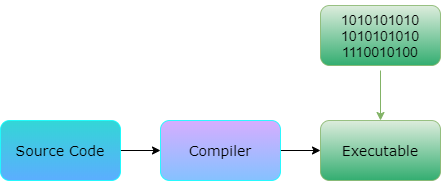
The draw.io diagram ebooks/assets/Compiler.png in gungunfebrianza/Belajar-Dengan-Jenius-Golang, before a commit. Source tidied: cells renumbered, new cells last; positions are measured from the earlier drawing's top-left corner, leaving out a move shared by most shapes.
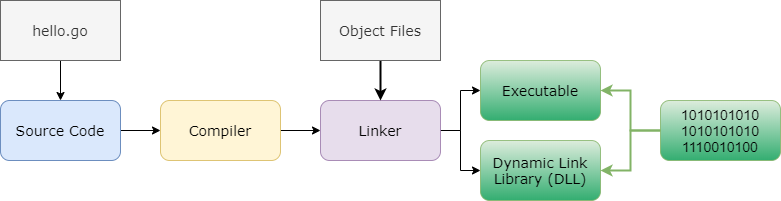
The same file after the commit.

Commit message:
Add Asset Compiler

Change to the diagram source:
```diff
@@ -5,20 +5,20 @@
     <mxCell id="2" style="edgeStyle=orthogonalEdgeStyle;rounded=0;jettySize=auto;html=1;" parent="1" edge="1" source="3" target="5">
       <mxGeometry relative="1" as="geometry" />
     </mxCell>
-    <mxCell id="3" value="&lt;font style=&quot;font-size: 14px&quot; face=&quot;Verdana&quot;&gt;Source Code&lt;/font&gt;" style="rounded=1;whiteSpace=wrap;html=1;gradientColor=#3399FF;fillColor=#00CCCC;strokeColor=#00FFFF;glass=0;shadow=0;comic=0;opacity=80;" parent="1" vertex="1">
-      <mxGeometry y="120" width="120" height="60" as="geometry" />
+    <mxCell id="3" value="&lt;font style=&quot;font-size: 14px&quot; face=&quot;Verdana&quot;&gt;Source Code&lt;/font&gt;" style="rounded=1;whiteSpace=wrap;html=1;fillColor=#dae8fc;strokeColor=#6c8ebf;glass=0;shadow=0;comic=0;strokeWidth=1;" parent="1" vertex="1">
+      <mxGeometry x="-80" y="160" width="120" height="60" as="geometry" />
     </mxCell>
-    <mxCell id="4" style="edgeStyle=orthogonalEdgeStyle;rounded=0;jettySize=auto;html=1;" parent="1" edge="1" source="5" target="6">
-      <mxGeometry relative="1" as="geometry" />
-    </mxCell>
+    <mxCell id="11" style="edgeStyle=orthogonalEdgeStyle;rounded=0;jettySize=auto;html=1;exitX=1;exitY=0.5;exitDx=0;exitDy=0;" parent="1" edge="1" source="5" target="16">
+      <mxGeometry relative="1" as="geometry" />
+    </mxCell>
-    <mxCell id="5" value="&lt;font style=&quot;font-size: 14px&quot; face=&quot;Verdana&quot;&gt;Compiler&lt;/font&gt;" style="rounded=1;whiteSpace=wrap;html=1;gradientColor=#66B2FF;fillColor=#CC99FF;strokeColor=#00FFFF;glass=0;shadow=0;comic=0;opacity=80;" parent="1" vertex="1">
-      <mxGeometry x="160" y="120" width="120" height="60" as="geometry" />
+    <mxCell id="5" value="&lt;font style=&quot;font-size: 14px&quot; face=&quot;Verdana&quot;&gt;Compiler&lt;/font&gt;" style="rounded=1;whiteSpace=wrap;html=1;fillColor=#fff2cc;strokeColor=#d6b656;glass=0;shadow=0;comic=0;opacity=80;" parent="1" vertex="1">
+      <mxGeometry x="80" y="160" width="120" height="60" as="geometry" />
     </mxCell>
     <mxCell id="6" value="&lt;font style=&quot;font-size: 14px&quot; face=&quot;Verdana&quot;&gt;Executable&lt;/font&gt;" style="rounded=1;whiteSpace=wrap;html=1;fillColor=#d5e8d4;strokeColor=#82b366;glass=0;shadow=0;comic=0;opacity=80;gradientColor=#00994D;" parent="1" vertex="1">
-      <mxGeometry x="320" y="120" width="120" height="60" as="geometry" />
+      <mxGeometry x="400" y="120" width="120" height="60" as="geometry" />
     </mxCell>
     <mxCell id="7" style="group;opacity=50;" parent="1" vertex="1">
-      <mxGeometry x="320" width="120" height="70" as="geometry" />
+      <mxGeometry x="580" y="155" width="120" height="70" as="geometry" />
     </mxCell>
     <mxCell id="8" style="rounded=1;whiteSpace=wrap;html=1;fillColor=#d5e8d4;strokeColor=#82b366;glass=0;shadow=0;comic=0;opacity=80;gradientColor=#00994D;" parent="7" vertex="1">
       <mxGeometry y="5" width="120" height="60" as="geometry" />
@@ -26,8 +26,35 @@
     <mxCell id="9" value="&lt;font style=&quot;font-size: 14px&quot;&gt;1010101010&lt;br&gt;1010101010&lt;br&gt;1110010100&lt;/font&gt;" style="text;html=1;strokeColor=none;fillColor=none;align=center;verticalAlign=middle;whiteSpace=wrap;rounded=0;shadow=0;glass=0;comic=0;opacity=80;" parent="7" vertex="1">
       <mxGeometry x="10" width="100" height="70" as="geometry" />
     </mxCell>
-    <mxCell id="10" style="edgeStyle=orthogonalEdgeStyle;rounded=0;jettySize=auto;html=1;exitX=0.5;exitY=1;exitDx=0;exitDy=0;fillColor=#d5e8d4;strokeColor=#82b366;" parent="1" edge="1" source="9" target="6">
-      <mxGeometry relative="1" as="geometry" />
-    </mxCell>
+    <mxCell id="12" style="edgeStyle=orthogonalEdgeStyle;rounded=0;jettySize=auto;html=1;exitX=0.5;exitY=1;exitDx=0;exitDy=0;" parent="1" edge="1" source="13" target="3">
+      <mxGeometry relative="1" as="geometry" />
+    </mxCell>
+    <mxCell id="13" value="&lt;span style=&quot;font-family: &amp;#34;verdana&amp;#34; ; font-size: 14px&quot;&gt;hello.go&lt;/span&gt;" style="rounded=0;whiteSpace=wrap;html=1;shadow=0;glass=0;comic=0;strokeColor=#666666;fillColor=#f5f5f5;fontColor=#333333;" parent="1" vertex="1">
+      <mxGeometry x="-80" y="60" width="120" height="60" as="geometry" />
+    </mxCell>
+    <mxCell id="14" style="edgeStyle=orthogonalEdgeStyle;rounded=0;jettySize=auto;html=1;exitX=1;exitY=0.5;exitDx=0;exitDy=0;" parent="1" edge="1" source="16" target="6">
+      <mxGeometry relative="1" as="geometry" />
+    </mxCell>
+    <mxCell id="15" style="edgeStyle=orthogonalEdgeStyle;rounded=0;jettySize=auto;html=1;exitX=1;exitY=0.5;exitDx=0;exitDy=0;strokeWidth=1;" parent="1" edge="1" source="16" target="17">
+      <mxGeometry relative="1" as="geometry" />
+    </mxCell>
+    <mxCell id="16" value="&lt;font style=&quot;font-size: 14px&quot; face=&quot;Verdana&quot;&gt;Linker&lt;/font&gt;" style="rounded=1;whiteSpace=wrap;html=1;fillColor=#e1d5e7;strokeColor=#9673a6;glass=0;shadow=0;comic=0;opacity=80;" parent="1" vertex="1">
+      <mxGeometry x="240" y="160" width="120" height="60" as="geometry" />
+    </mxCell>
+    <mxCell id="17" value="&lt;font style=&quot;font-size: 14px&quot; face=&quot;Verdana&quot;&gt;Dynamic Link Library (DLL)&lt;/font&gt;" style="rounded=1;whiteSpace=wrap;html=1;fillColor=#d5e8d4;strokeColor=#82b366;glass=0;shadow=0;comic=0;opacity=80;gradientColor=#00994D;" parent="1" vertex="1">
+      <mxGeometry x="400" y="200" width="120" height="60" as="geometry" />
+    </mxCell>
+    <mxCell id="18" style="edgeStyle=orthogonalEdgeStyle;rounded=0;jettySize=auto;html=1;exitX=0;exitY=0.5;exitDx=0;exitDy=0;fillColor=#d5e8d4;strokeColor=#82b366;strokeWidth=2;" parent="1" edge="1" source="8" target="6">
+      <mxGeometry relative="1" as="geometry" />
+    </mxCell>
+    <mxCell id="19" style="edgeStyle=orthogonalEdgeStyle;rounded=0;jettySize=auto;html=1;exitX=0;exitY=0.5;exitDx=0;exitDy=0;strokeWidth=2;fillColor=#d5e8d4;strokeColor=#82b366;" parent="1" edge="1" source="8" target="17">
+      <mxGeometry relative="1" as="geometry" />
+    </mxCell>
+    <mxCell id="20" style="edgeStyle=orthogonalEdgeStyle;rounded=0;jettySize=auto;html=1;exitX=0.5;exitY=1;exitDx=0;exitDy=0;strokeWidth=2;" parent="1" edge="1" source="21" target="16">
+      <mxGeometry relative="1" as="geometry" />
+    </mxCell>
+    <mxCell id="21" value="&lt;span style=&quot;font-family: &amp;#34;verdana&amp;#34; ; font-size: 14px&quot;&gt;Object Files&lt;/span&gt;" style="rounded=0;whiteSpace=wrap;html=1;shadow=0;glass=0;comic=0;strokeColor=#666666;fillColor=#f5f5f5;fontColor=#333333;" parent="1" vertex="1">
+      <mxGeometry x="240" y="60" width="120" height="60" as="geometry" />
+    </mxCell>
   </root>
 </mxGraphModel>
```
